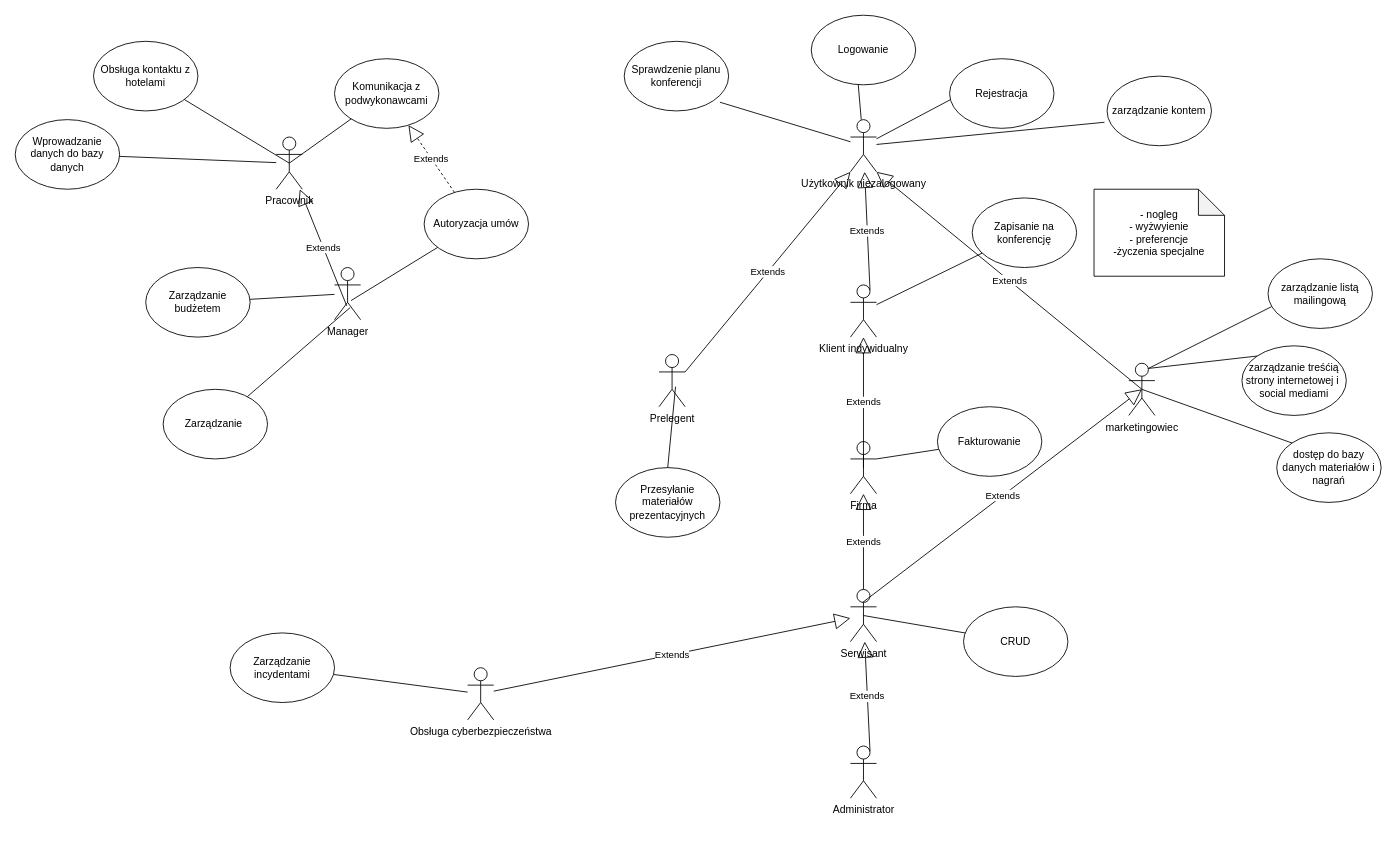
This is Aipsi.drawio from my-memory-leaked/Smart-Home, a draw.io file, before an edit. Source tidied: cells renumbered, new cells numbered last; positions are measured from the earlier drawing's top-left corner, leaving out a move shared by most shapes. Both pictures are drawn from the tidied source at 87%, with x=0, y=0 at pixel (15, 15).
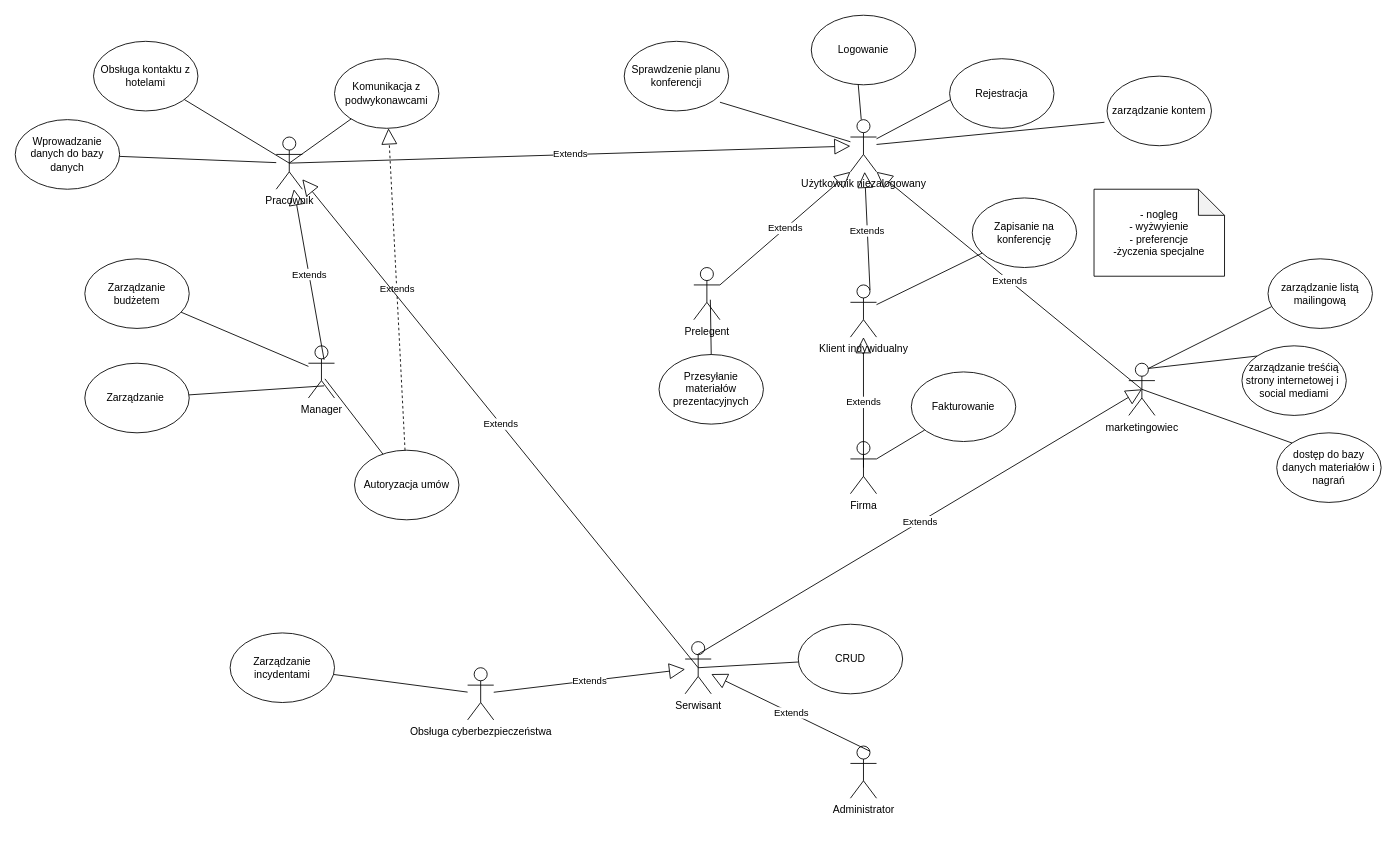
The same page after the edit.

The change refers to these unchanged cells:
```xml
<mxCell id="2" value="Użytkownik niezalogowany&lt;div&gt;&lt;br&gt;&lt;/div&gt;" style="shape=umlActor;verticalLabelPosition=bottom;verticalAlign=top;html=1;outlineConnect=0;" parent="1" vertex="1">
  <mxGeometry x="960" y="120" width="30" height="60" as="geometry" />
</mxCell>
<mxCell id="13" value="&lt;div&gt;Firma&lt;/div&gt;" style="shape=umlActor;verticalLabelPosition=bottom;verticalAlign=top;html=1;outlineConnect=0;" parent="1" vertex="1">
  <mxGeometry x="960" y="490" width="30" height="60" as="geometry" />
</mxCell>
<mxCell id="43" value="Pracownik" style="shape=umlActor;verticalLabelPosition=bottom;verticalAlign=top;html=1;outlineConnect=0;" parent="1" vertex="1">
  <mxGeometry x="300" y="140" width="30" height="60" as="geometry" />
</mxCell>
```

The edit, as a diff of the source:
```diff
@@
     <mxCell id="14" value="Fakturowanie" style="ellipse;whiteSpace=wrap;html=1;" parent="1" vertex="1">
-      <mxGeometry x="1060" y="450" width="120" height="80" as="geometry" />
+      <mxGeometry x="1030" y="410" width="120" height="80" as="geometry" />
     </mxCell>
     <mxCell id="15" value="&lt;div&gt;Prelegent&lt;/div&gt;" style="shape=umlActor;verticalLabelPosition=bottom;verticalAlign=top;html=1;outlineConnect=0;" parent="1" vertex="1">
-      <mxGeometry x="740" y="390" width="30" height="60" as="geometry" />
+      <mxGeometry x="780" y="290" width="30" height="60" as="geometry" />
     </mxCell>
@@
     <mxCell id="21" value="Serwisant" style="shape=umlActor;verticalLabelPosition=bottom;verticalAlign=top;html=1;outlineConnect=0;" parent="1" vertex="1">
-      <mxGeometry x="960" y="660" width="30" height="60" as="geometry" />
+      <mxGeometry x="770" y="720" width="30" height="60" as="geometry" />
     </mxCell>
@@
-    <mxCell id="24" value="Extends" style="endArrow=block;endSize=16;endFill=0;html=1;rounded=0;" parent="1" edge="1" source="21" target="13">
-      <mxGeometry relative="1" as="geometry" />
-    </mxCell>
     <mxCell id="25" value="CRUD" style="ellipse;whiteSpace=wrap;html=1;" parent="1" vertex="1">
-      <mxGeometry x="1090" y="680" width="120" height="80" as="geometry" />
+      <mxGeometry x="900" y="700" width="120" height="80" as="geometry" />
     </mxCell>
@@
     <mxCell id="27" value="Przesyłanie materiałów prezentacyjnych" style="ellipse;whiteSpace=wrap;html=1;" parent="1" vertex="1">
-      <mxGeometry x="690" y="520" width="120" height="80" as="geometry" />
+      <mxGeometry x="740" y="390" width="120" height="80" as="geometry" />
     </mxCell>
@@
     <mxCell id="39" value="Manager" style="shape=umlActor;verticalLabelPosition=bottom;verticalAlign=top;html=1;" parent="1" vertex="1">
-      <mxGeometry x="367" y="290" width="30" height="60" as="geometry" />
+      <mxGeometry x="337" y="380" width="30" height="60" as="geometry" />
     </mxCell>
     <mxCell id="40" value="Zarządzanie budżetem" style="ellipse;whiteSpace=wrap;html=1;" parent="1" vertex="1">
-      <mxGeometry x="150" y="290" width="120" height="80" as="geometry" />
+      <mxGeometry x="80" y="280" width="120" height="80" as="geometry" />
     </mxCell>
@@
     <mxCell id="42" value="Zarządzanie&amp;nbsp;" style="ellipse;whiteSpace=wrap;html=1;" parent="1" vertex="1">
-      <mxGeometry x="170" y="430" width="120" height="80" as="geometry" />
+      <mxGeometry x="80" y="400" width="120" height="80" as="geometry" />
     </mxCell>
@@
     <mxCell id="50" value="Autoryzacja umów" style="ellipse;whiteSpace=wrap;html=1;" parent="1" vertex="1">
-      <mxGeometry x="470" y="200" width="120" height="80" as="geometry" />
+      <mxGeometry x="390" y="500" width="120" height="80" as="geometry" />
     </mxCell>
@@
-    <mxCell id="54" value="Extends" style="endArrow=block;endSize=16;endFill=0;html=1;rounded=0;exitX=0.467;exitY=0.733;exitDx=0;exitDy=0;exitPerimeter=0;" parent="1" edge="1" source="39" target="43">
+    <mxCell id="54" value="Extends" style="endArrow=block;endSize=16;endFill=0;html=1;rounded=0;exitX=0.6;exitY=0.267;exitDx=0;exitDy=0;exitPerimeter=0;" parent="1" edge="1" source="39" target="43">
       <mxGeometry relative="1" as="geometry" />
     </mxCell>
@@
+    <mxCell id="59" value="Extends" style="endArrow=block;endSize=16;endFill=0;html=1;rounded=0;exitX=0.5;exitY=0.5;exitDx=0;exitDy=0;exitPerimeter=0;" parent="1" edge="1" source="43" target="2">
+      <mxGeometry relative="1" as="geometry" />
+    </mxCell>
+    <mxCell id="60" value="Extends" style="endArrow=block;endSize=16;endFill=0;html=1;rounded=0;exitX=0.5;exitY=0.5;exitDx=0;exitDy=0;exitPerimeter=0;" parent="1" edge="1" source="21" target="43">
+      <mxGeometry relative="1" as="geometry" />
+    </mxCell>
```
